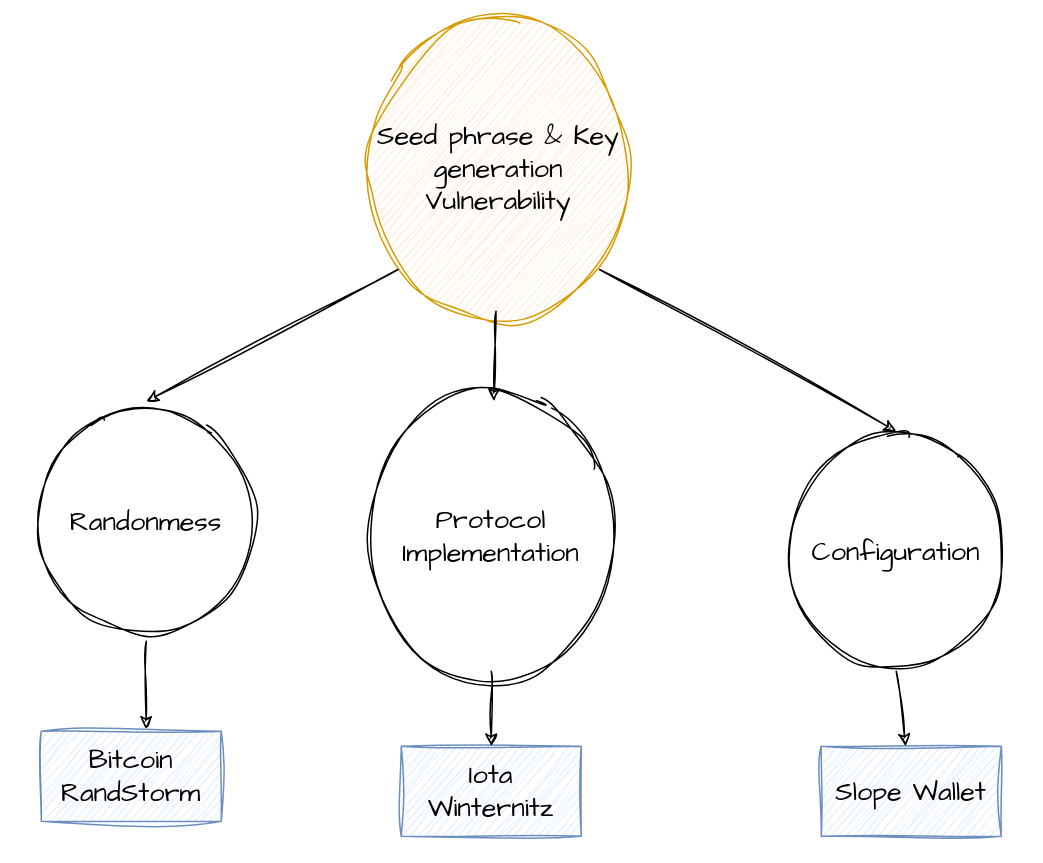
Before: page "key generation" (6 of 22) of schema/crypto-wallet.drawio in rya-sge/access-denied, a draw.io diagram. Source tidied: cells renumbered, new cells numbered last; positions are measured from the earlier drawing's top-left corner, leaving out a move shared by most shapes. Both pictures are drawn from the tidied source at 150%, with x=0, y=0 at pixel (26, 26).
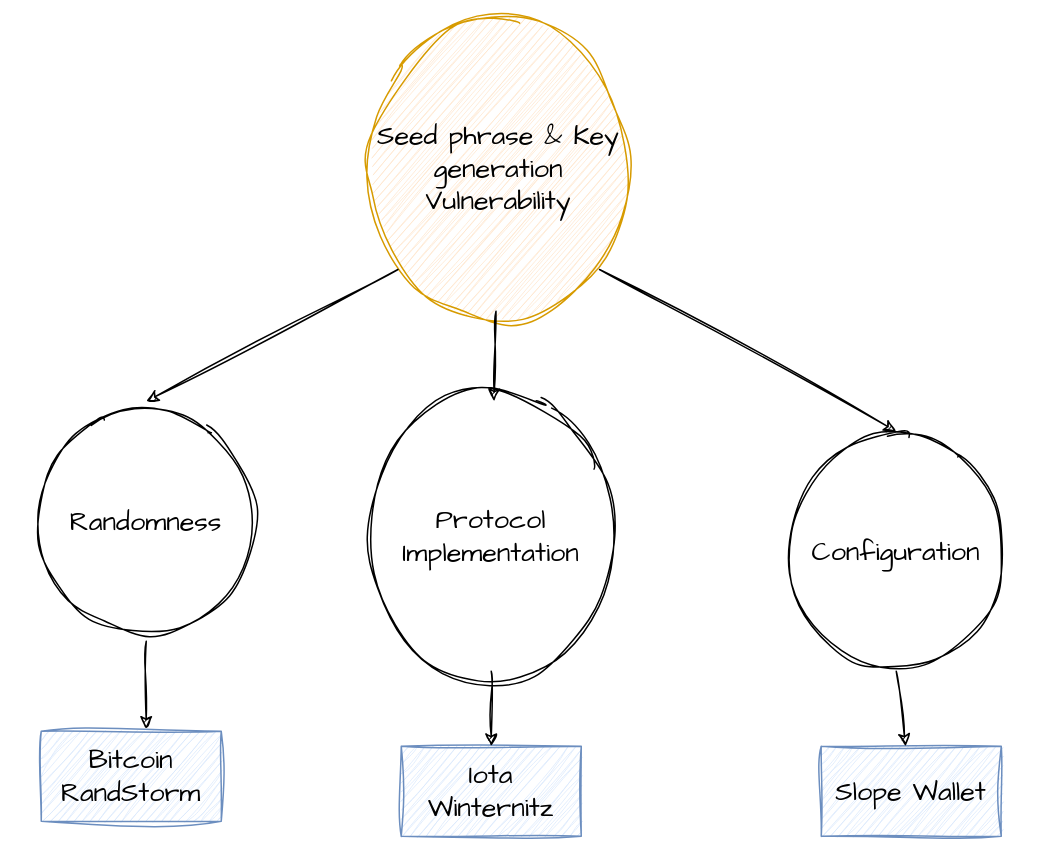
The same page after the edit.

Diff of the diagram source:
```diff
@@
 <mxGraphModel>
   <root>
     <mxCell id="0" />
     <mxCell id="1" parent="0" />
     <mxCell id="2" value="Seed phrase &amp;amp; Key generation Vulnerability" style="ellipse;whiteSpace=wrap;html=1;sketch=1;hachureGap=4;jiggle=2;fontFamily=Architects Daughter;fontSize=18;fillColor=#ffe6cc;strokeColor=#d79b00;" parent="1" vertex="1">
       <mxGeometry x="220" width="190" height="190" as="geometry" />
     </mxCell>
     <mxCell id="3" value="Protocol Implementation" style="ellipse;whiteSpace=wrap;html=1;sketch=1;hachureGap=4;jiggle=2;fontFamily=Architects Daughter;fontSize=18;" parent="1" vertex="1">
       <mxGeometry x="220" y="250" width="180" height="180" as="geometry" />
     </mxCell>
     <mxCell id="4" style="endArrow=classic;html=1;rounded=0;sketch=1;hachureGap=4;jiggle=2;fontFamily=Architects Daughter;fontSize=18;" parent="1" edge="1" source="2" target="3">
       <mxGeometry relative="1" as="geometry" />
     </mxCell>
-    <mxCell id="5" value="Randonmess" style="ellipse;whiteSpace=wrap;html=1;sketch=1;hachureGap=4;jiggle=2;fontFamily=Architects Daughter;fontSize=18;" parent="1" vertex="1">
+    <mxCell id="5" value="Randomness" style="ellipse;whiteSpace=wrap;html=1;sketch=1;hachureGap=4;jiggle=2;fontFamily=Architects Daughter;fontSize=18;" parent="1" vertex="1">
       <mxGeometry y="250" width="160" height="160" as="geometry" />
     </mxCell>
     <mxCell id="6" style="endArrow=classic;html=1;rounded=0;sketch=1;hachureGap=4;jiggle=2;fontFamily=Architects Daughter;fontSize=18;entryX=0.5;entryY=0;entryDx=0;entryDy=0;exitX=0;exitY=1;exitDx=0;exitDy=0;" parent="1" edge="1" source="2" target="5">
       <mxGeometry relative="1" as="geometry" />
     </mxCell>
     <mxCell id="7" style="endArrow=classic;html=1;rounded=0;sketch=1;hachureGap=4;jiggle=2;fontFamily=Architects Daughter;fontSize=18;exitX=1;exitY=1;exitDx=0;exitDy=0;entryX=0.5;entryY=0;entryDx=0;entryDy=0;" parent="1" edge="1" source="2" target="8">
       <mxGeometry relative="1" as="geometry" />
     </mxCell>
     <mxCell id="8" value="Configuration" style="ellipse;whiteSpace=wrap;html=1;sketch=1;hachureGap=4;jiggle=2;fontFamily=Architects Daughter;fontSize=18;" parent="1" vertex="1">
       <mxGeometry x="500" y="270" width="160" height="160" as="geometry" />
     </mxCell>
     <mxCell id="9" value="Bitcoin RandStorm" style="rounded=0;whiteSpace=wrap;html=1;sketch=1;hachureGap=4;jiggle=2;fontFamily=Architects Daughter;fontSize=18;fillColor=#dae8fc;strokeColor=#6c8ebf;" parent="1" vertex="1">
       <mxGeometry x="10" y="470" width="120" height="60" as="geometry" />
     </mxCell>
     <mxCell id="10" value="Iota Winternitz" style="rounded=0;whiteSpace=wrap;html=1;sketch=1;hachureGap=4;jiggle=2;fontFamily=Architects Daughter;fontSize=18;fillColor=#dae8fc;strokeColor=#6c8ebf;" parent="1" vertex="1">
       <mxGeometry x="250" y="480" width="120" height="60" as="geometry" />
     </mxCell>
     <mxCell id="11" value="Slope Wallet" style="rounded=0;whiteSpace=wrap;html=1;sketch=1;hachureGap=4;jiggle=2;fontFamily=Architects Daughter;fontSize=18;fillColor=#dae8fc;strokeColor=#6c8ebf;" parent="1" vertex="1">
       <mxGeometry x="530" y="480" width="120" height="60" as="geometry" />
     </mxCell>
     <mxCell id="12" style="endArrow=classic;html=1;rounded=0;sketch=1;hachureGap=4;jiggle=2;fontFamily=Architects Daughter;fontSize=18;exitX=0.5;exitY=1;exitDx=0;exitDy=0;entryX=0.583;entryY=-0.025;entryDx=0;entryDy=0;entryPerimeter=0;" parent="1" edge="1" source="5" target="9">
       <mxGeometry relative="1" as="geometry" />
     </mxCell>
     <mxCell id="13" style="endArrow=classic;html=1;rounded=0;sketch=1;hachureGap=4;jiggle=2;fontFamily=Architects Daughter;fontSize=18;exitX=0.5;exitY=1;exitDx=0;exitDy=0;entryX=0.5;entryY=0;entryDx=0;entryDy=0;" parent="1" edge="1" source="3" target="10">
       <mxGeometry relative="1" as="geometry" />
     </mxCell>
     <mxCell id="14" style="endArrow=classic;html=1;rounded=0;sketch=1;hachureGap=4;jiggle=2;fontFamily=Architects Daughter;fontSize=18;exitX=0.5;exitY=1;exitDx=0;exitDy=0;" parent="1" edge="1" source="8" target="11">
       <mxGeometry relative="1" as="geometry" />
     </mxCell>
   </root>
 </mxGraphModel>
```
